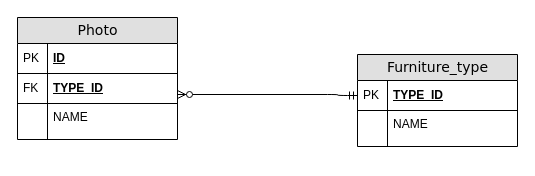
teaheey/Vivatels keeps this draw.io diagram as Диаграмма без названия.drawio. Above is the earlier version. Source tidied: cells renumbered, new cells numbered last; positions are measured from the earlier drawing's top-left corner, leaving out a move shared by most shapes. Both pictures are drawn from the tidied source at 100%, with x=0, y=0 at pixel (17, 17).
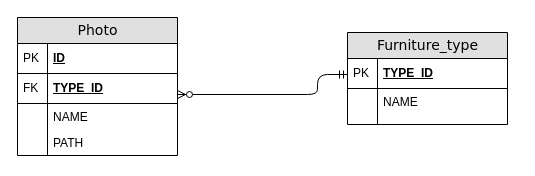
The same page after the edit.

The change refers to these unchanged cells:
```xml
<mxCell id="5" value="TYPE_ID" style="shape=partialRectangle;top=0;left=0;right=0;bottom=1;html=1;align=left;verticalAlign=middle;fillColor=none;spacingLeft=34;spacingRight=4;whiteSpace=wrap;overflow=hidden;points=[[0,0.5],[1,0.5]];portConstraint=eastwest;fontStyle=5;" parent="2" vertex="1">
  <mxGeometry y="56" width="160" height="30" as="geometry" />
</mxCell>
<mxCell id="12" value="TYPE_ID" style="shape=partialRectangle;top=0;left=0;right=0;bottom=1;html=1;align=left;verticalAlign=middle;fillColor=none;spacingLeft=34;spacingRight=4;whiteSpace=wrap;overflow=hidden;points=[[0,0.5],[1,0.5]];portConstraint=eastwest;fontStyle=5;" parent="11" vertex="1">
  <mxGeometry y="26" width="160" height="30" as="geometry" />
</mxCell>
```

Diff of the diagram source:
```diff
@@
     <mxCell id="2" value="Photo" style="swimlane;html=1;fontStyle=0;horizontal=1;startSize=26;fillColor=#e0e0e0;swimlaneFillColor=#ffffff;align=center;rounded=0;shadow=0;comic=0;labelBackgroundColor=none;strokeWidth=1;fontFamily=Verdana;fontSize=14;swimlaneLine=1;" parent="1" vertex="1">
-      <mxGeometry width="160" height="122" as="geometry" />
+      <mxGeometry width="160" height="138" as="geometry" />
     </mxCell>
@@
-    <mxCell id="9" style="shape=partialRectangle;top=0;left=0;right=0;bottom=0;html=1;align=left;verticalAlign=top;fillColor=none;spacingLeft=34;spacingRight=4;whiteSpace=wrap;overflow=hidden;" parent="2" vertex="1">
-      <mxGeometry y="112" width="160" height="10" as="geometry" />
-    </mxCell>
-    <mxCell id="10" style="shape=partialRectangle;top=0;left=0;bottom=0;html=1;fillColor=none;align=left;verticalAlign=top;spacingLeft=4;spacingRight=4;whiteSpace=wrap;overflow=hidden;" parent="9" vertex="1">
-      <mxGeometry width="30" height="10" as="geometry" />
-    </mxCell>
+    <mxCell id="19" value="PATH" style="shape=partialRectangle;top=0;left=0;right=0;bottom=0;html=1;align=left;verticalAlign=top;fillColor=none;spacingLeft=34;spacingRight=4;whiteSpace=wrap;overflow=hidden;" parent="2" vertex="1">
+      <mxGeometry y="112" width="160" height="26" as="geometry" />
+    </mxCell>
+    <mxCell id="20" style="shape=partialRectangle;top=0;left=0;bottom=0;html=1;fillColor=none;align=left;verticalAlign=top;spacingLeft=4;spacingRight=4;whiteSpace=wrap;overflow=hidden;" parent="19" vertex="1">
+      <mxGeometry width="30" height="26" as="geometry" />
+    </mxCell>
     <mxCell id="11" value="Furniture_type" style="swimlane;html=1;fontStyle=0;horizontal=1;startSize=26;fillColor=#e0e0e0;swimlaneFillColor=#ffffff;align=center;rounded=0;shadow=0;comic=0;labelBackgroundColor=none;strokeWidth=1;fontFamily=Verdana;fontSize=14;" parent="1" vertex="1">
-      <mxGeometry x="340" y="37" width="160" height="92" as="geometry" />
+      <mxGeometry x="330" y="15" width="160" height="92" as="geometry" />
     </mxCell>
@@
-    <mxCell id="18" style="edgeStyle=orthogonalEdgeStyle;html=1;endArrow=ERzeroToMany;startArrow=ERmandOne;labelBackgroundColor=none;fontFamily=Verdana;fontSize=14;exitX=0;exitY=0.5;exitDx=0;exitDy=0;" parent="1" edge="1" source="12" target="5">
+    <mxCell id="18" style="edgeStyle=orthogonalEdgeStyle;html=1;endArrow=ERzeroToMany;startArrow=ERmandOne;labelBackgroundColor=none;fontFamily=Verdana;fontSize=14;" parent="1" edge="1" target="5">
       <mxGeometry relative="1" as="geometry">
+        <mxPoint x="330" y="57" as="sourcePoint" />
         <Array as="points">
-          <mxPoint x="320" y="78" />
-          <mxPoint x="320" y="77" />
+          <mxPoint x="300" y="57" />
+          <mxPoint x="300" y="77" />
         </Array>
       </mxGeometry>
     </mxCell>
```
